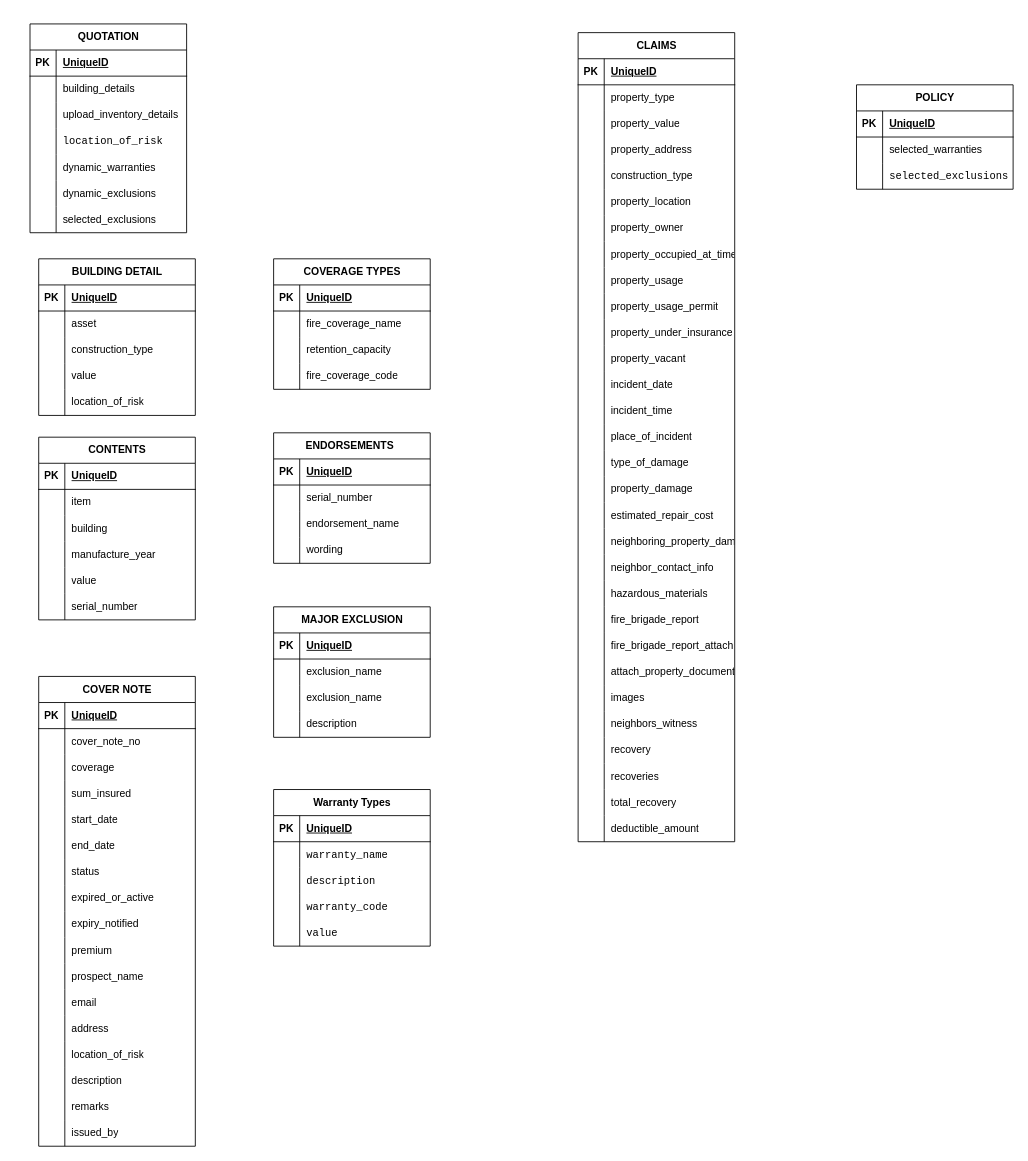
InSIST-Global-Ltd/erpnext keeps this draw.io diagram as page "Fire" (9 of 11) of erpnext/InSIST Insurance ERDiagram.drawio. Above is the earlier version. Source tidied: cells renumbered, new cells numbered last; positions are measured from the earlier drawing's top-left corner, leaving out a move shared by most shapes. Both pictures are drawn from the tidied source at 87%, with x=0, y=0 at pixel (30, 23).
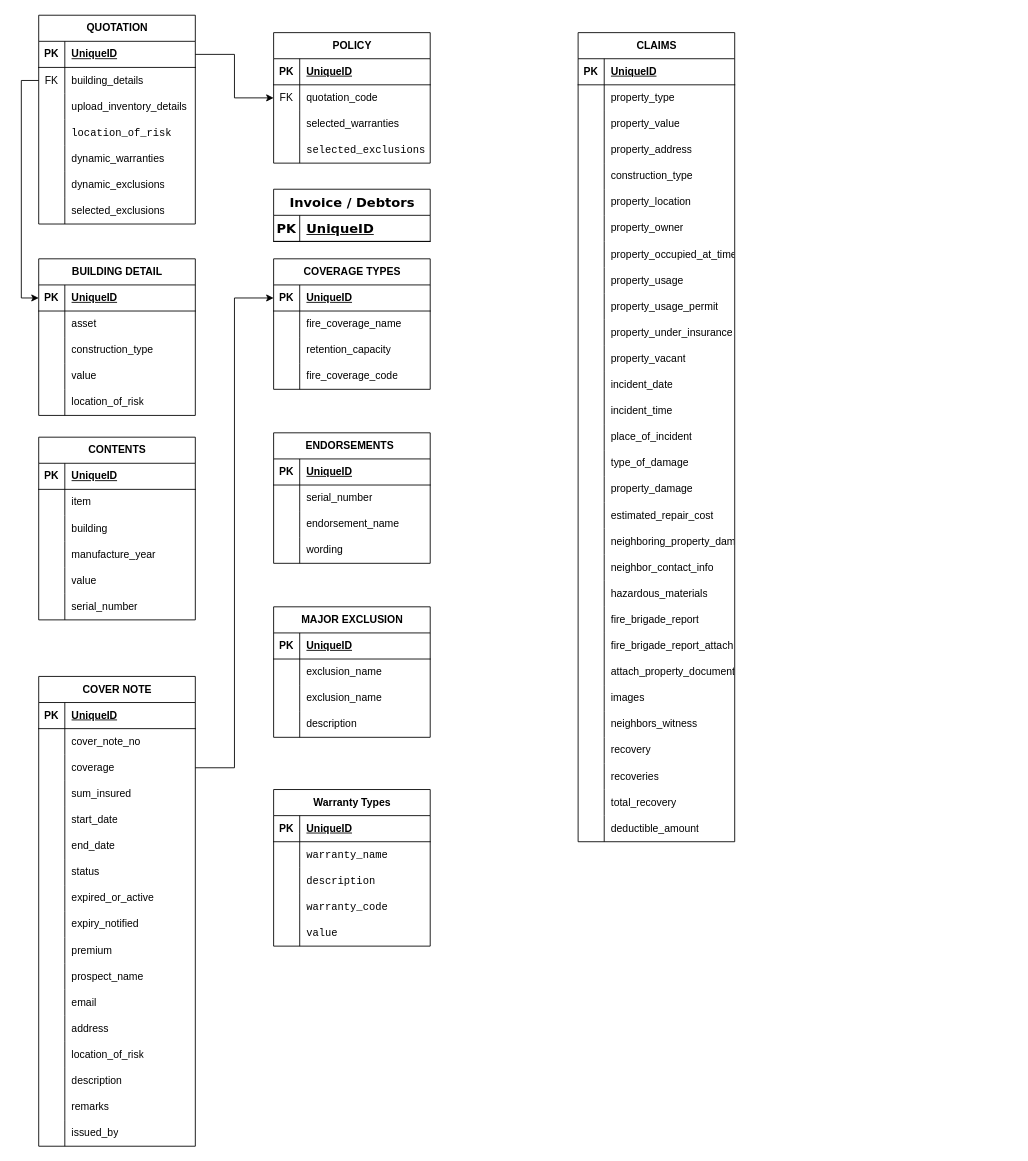
Above is the later version.

Unchanged cells that the change refers to:
```xml
<mxCell id="3" style="shape=tableRow;horizontal=0;startSize=0;swimlaneHead=0;swimlaneBody=0;fillColor=none;points=[[0,0.5],[1,0.5]];portConstraint=eastwest;top=0;left=0;right=0;bottom=1;" parent="2" vertex="1">
  <mxGeometry y="30" width="180" height="30" as="geometry" />
</mxCell>
<mxCell id="6" style="shape=tableRow;horizontal=0;startSize=0;swimlaneHead=0;swimlaneBody=0;fillColor=none;points=[[0,0.5],[1,0.5]];portConstraint=eastwest;top=0;left=0;right=0;bottom=0;" parent="2" vertex="1">
  <mxGeometry y="60" width="180" height="30" as="geometry" />
</mxCell>
<mxCell id="116" style="shape=tableRow;horizontal=0;startSize=0;swimlaneHead=0;swimlaneBody=0;fillColor=none;points=[[0,0.5],[1,0.5]];portConstraint=eastwest;top=0;left=0;right=0;bottom=1;" parent="115" vertex="1">
  <mxGeometry y="30" width="180" height="30" as="geometry" />
</mxCell>
<mxCell id="157" style="shape=tableRow;horizontal=0;startSize=0;swimlaneHead=0;swimlaneBody=0;fillColor=none;points=[[0,0.5],[1,0.5]];portConstraint=eastwest;top=0;left=0;right=0;bottom=0;" parent="150" vertex="1">
  <mxGeometry y="90" width="180" height="30" as="geometry" />
</mxCell>
<mxCell id="203" style="shape=tableRow;horizontal=0;startSize=0;swimlaneHead=0;swimlaneBody=0;fillColor=none;points=[[0,0.5],[1,0.5]];portConstraint=eastwest;top=0;left=0;right=0;bottom=1;" parent="202" vertex="1">
  <mxGeometry y="30" width="180" height="30" as="geometry" />
</mxCell>
```

Diff of the diagram source:
```diff
@@
     <mxCell id="2" value="QUOTATION" style="shape=table;startSize=30;childLayout=tableLayout;rowLines=0;fontStyle=1;align=center;html=1;" parent="1" vertex="1">
-      <mxGeometry width="180" height="240" as="geometry" />
+      <mxGeometry x="10" y="-10" width="180" height="240" as="geometry" />
     </mxCell>
@@
-    <mxCell id="7" style="shape=partialRectangle;fillColor=none;top=0;left=0;bottom=0;right=0;overflow=hidden;whiteSpace=wrap;html=1;" parent="6" vertex="1">
+    <mxCell id="7" value="FK" style="shape=partialRectangle;fillColor=none;top=0;left=0;bottom=0;right=0;overflow=hidden;whiteSpace=wrap;html=1;" parent="6" vertex="1">
       <mxGeometry width="30" height="30" as="geometry" />
     </mxCell>
@@
     <mxCell id="241" value="POLICY" style="shape=table;startSize=30;childLayout=tableLayout;rowLines=0;fontStyle=1;align=center;html=1;" parent="1" vertex="1">
-      <mxGeometry x="950" y="70" width="180" height="120" as="geometry" />
+      <mxGeometry x="280" y="10" width="180" height="150" as="geometry" />
     </mxCell>
@@
+    <mxCell id="267" style="shape=tableRow;horizontal=0;startSize=0;swimlaneHead=0;swimlaneBody=0;fillColor=none;points=[[0,0.5],[1,0.5]];portConstraint=eastwest;top=0;left=0;right=0;bottom=0;" parent="241" vertex="1">
+      <mxGeometry y="60" width="180" height="30" as="geometry" />
+    </mxCell>
+    <mxCell id="268" value="FK" style="shape=partialRectangle;fillColor=none;top=0;left=0;bottom=0;right=0;overflow=hidden;whiteSpace=wrap;html=1;" parent="267" vertex="1">
+      <mxGeometry width="30" height="30" as="geometry" />
+    </mxCell>
+    <mxCell id="269" value="quotation_code" style="shape=partialRectangle;fillColor=none;top=0;left=0;bottom=0;right=0;align=left;spacingLeft=6;overflow=hidden;whiteSpace=wrap;html=1;" parent="267" vertex="1">
+      <mxGeometry x="30" width="150" height="30" as="geometry" />
+    </mxCell>
     <mxCell id="245" style="shape=tableRow;horizontal=0;startSize=0;swimlaneHead=0;swimlaneBody=0;fillColor=none;top=0;left=0;right=0;bottom=0;" parent="241" vertex="1">
-      <mxGeometry y="60" width="180" height="30" as="geometry" />
+      <mxGeometry y="90" width="180" height="30" as="geometry" />
     </mxCell>
@@
     <mxCell id="248" style="shape=tableRow;horizontal=0;startSize=0;swimlaneHead=0;swimlaneBody=0;fillColor=none;top=0;left=0;right=0;bottom=0;" parent="241" vertex="1">
-      <mxGeometry y="90" width="180" height="30" as="geometry" />
+      <mxGeometry y="120" width="180" height="30" as="geometry" />
     </mxCell>
@@
+    <mxCell id="270" value="Invoice / Debtors" style="shape=table;startSize=30;childLayout=tableLayout;rowLines=0;fontStyle=1;align=center;html=1;fontFamily=Verdana;fontSize=15;" parent="1" vertex="1">
+      <mxGeometry x="280" y="190" width="180" height="60" as="geometry" />
+    </mxCell>
+    <mxCell id="271" style="shape=tableRow;horizontal=0;startSize=0;swimlaneHead=0;swimlaneBody=0;fillColor=none;top=0;left=0;right=0;bottom=1;fontFamily=Verdana;fontSize=15;" parent="270" vertex="1">
+      <mxGeometry y="30" width="180" height="30" as="geometry" />
+    </mxCell>
+    <mxCell id="272" value="PK" style="shape=partialRectangle;fillColor=none;top=0;left=0;bottom=0;right=0;fontStyle=1;overflow=hidden;whiteSpace=wrap;html=1;fontFamily=Verdana;fontSize=15;" parent="271" vertex="1">
+      <mxGeometry width="30" height="30" as="geometry" />
+    </mxCell>
+    <mxCell id="273" value="UniqueID" style="shape=partialRectangle;fillColor=none;top=0;left=0;bottom=0;right=0;align=left;spacingLeft=6;fontStyle=5;overflow=hidden;whiteSpace=wrap;html=1;fontFamily=Verdana;fontSize=15;" parent="271" vertex="1">
+      <mxGeometry x="30" width="150" height="30" as="geometry" />
+    </mxCell>
+    <mxCell id="274" style="edgeStyle=orthogonalEdgeStyle;rounded=0;jettySize=auto;html=1;entryX=0;entryY=0.5;entryDx=0;entryDy=0;" parent="1" edge="1" source="6" target="116">
+      <mxGeometry relative="1" as="geometry" />
+    </mxCell>
+    <mxCell id="275" style="edgeStyle=orthogonalEdgeStyle;rounded=0;jettySize=auto;html=1;exitX=1;exitY=0.5;exitDx=0;exitDy=0;entryX=0;entryY=0.5;entryDx=0;entryDy=0;" parent="1" edge="1" source="3" target="267">
+      <mxGeometry relative="1" as="geometry" />
+    </mxCell>
+    <mxCell id="276" style="edgeStyle=orthogonalEdgeStyle;rounded=0;jettySize=auto;html=1;exitX=1;exitY=0.5;exitDx=0;exitDy=0;" parent="1" edge="1" source="157" target="203">
+      <mxGeometry relative="1" as="geometry" />
+    </mxCell>
```
